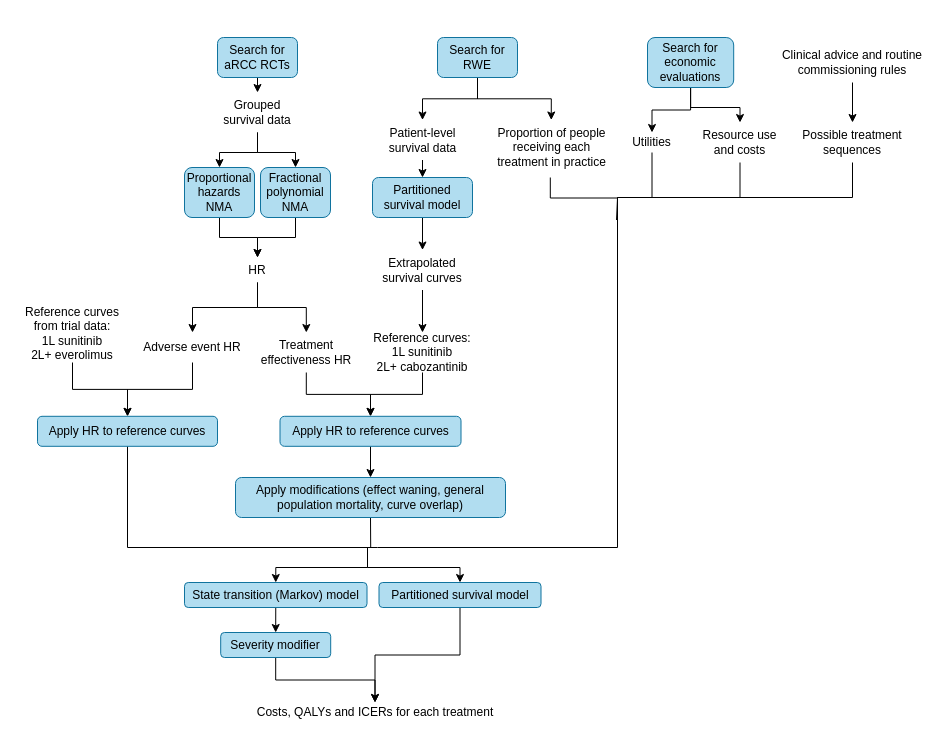
nice-digital/NICE-model-repo keeps this draw.io diagram as docs/images/detailed_overview_vertical.drawio. Above is the earlier version. Source tidied: cells renumbered, new cells numbered last; positions are measured from the earlier drawing's top-left corner, leaving out a move shared by most shapes. Both pictures are drawn from the tidied source at 100%, with x=0, y=0 at pixel (17, 37).
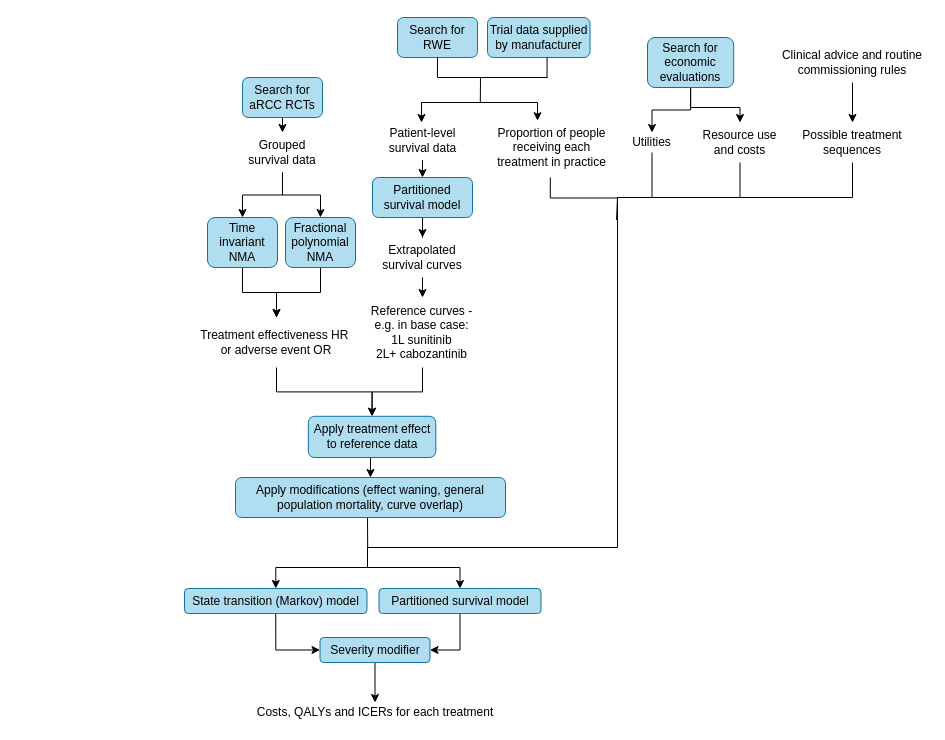
The same page after the edit.

The change refers to these unchanged cells:
```xml
<mxCell id="18" value="Patient-level survival data" style="rounded=1;whiteSpace=wrap;html=1;fillColor=none;strokeColor=none;" parent="1" vertex="1">
  <mxGeometry x="362.5" y="82.5" width="85" height="40" as="geometry" />
</mxCell>
<mxCell id="30" value="Apply modifications (effect waning, general population mortality, curve overlap)" style="rounded=1;whiteSpace=wrap;html=1;fillColor=#b1ddf0;strokeColor=#10739e;" parent="1" vertex="1">
  <mxGeometry x="218" y="440" width="270" height="40" as="geometry" />
</mxCell>
<mxCell id="46" value="Costs, QALYs and ICERs for each treatment" style="rounded=0;whiteSpace=wrap;html=1;fillColor=none;strokeColor=none;" parent="1" vertex="1">
  <mxGeometry x="237.5" y="665" width="240" height="20" as="geometry" />
</mxCell>
<mxCell id="55" value="Proportion of people receiving each treatment in practice" style="rounded=1;whiteSpace=wrap;html=1;fillColor=none;strokeColor=none;" parent="1" vertex="1">
  <mxGeometry x="477.5" y="82.5" width="112.5" height="55" as="geometry" />
</mxCell>
```

Change to the diagram source:
```diff
@@
     <mxCell id="3" value="Search for aRCC RCTs" style="rounded=1;whiteSpace=wrap;html=1;fillColor=#b1ddf0;strokeColor=#10739e;" parent="1" vertex="1">
-      <mxGeometry x="200" width="80" height="40" as="geometry" />
+      <mxGeometry x="225" y="40" width="80" height="40" as="geometry" />
     </mxCell>
@@
     <mxCell id="6" value="Grouped survival data" style="rounded=1;whiteSpace=wrap;html=1;fillColor=none;strokeColor=none;" parent="1" vertex="1">
-      <mxGeometry x="195" y="55" width="90" height="40" as="geometry" />
+      <mxGeometry x="220" y="95" width="90" height="40" as="geometry" />
     </mxCell>
@@
-    <mxCell id="8" value="Proportional hazards NMA" style="rounded=1;whiteSpace=wrap;html=1;fillColor=#b1ddf0;strokeColor=#10739e;" parent="1" vertex="1">
-      <mxGeometry x="167" y="130" width="70" height="50" as="geometry" />
+    <mxCell id="8" value="Time invariant NMA" style="rounded=1;whiteSpace=wrap;html=1;fillColor=#b1ddf0;strokeColor=#10739e;" parent="1" vertex="1">
+      <mxGeometry x="190" y="180" width="70" height="50" as="geometry" />
     </mxCell>
@@
     <mxCell id="10" value="Fractional polynomial NMA" style="rounded=1;whiteSpace=wrap;html=1;fillColor=#b1ddf0;strokeColor=#10739e;" parent="1" vertex="1">
-      <mxGeometry x="243" y="130" width="70" height="50" as="geometry" />
+      <mxGeometry x="268" y="180" width="70" height="50" as="geometry" />
     </mxCell>
-    <mxCell id="11" style="edgeStyle=orthogonalEdgeStyle;rounded=0;jettySize=auto;html=1;exitX=0.5;exitY=1;exitDx=0;exitDy=0;" parent="1" edge="1" source="13" target="32">
-      <mxGeometry relative="1" as="geometry" />
-    </mxCell>
-    <mxCell id="12" style="edgeStyle=orthogonalEdgeStyle;rounded=0;jettySize=auto;html=1;exitX=0.5;exitY=1;exitDx=0;exitDy=0;" parent="1" edge="1" source="13" target="26">
-      <mxGeometry relative="1" as="geometry" />
-    </mxCell>
+    <mxCell id="60" style="edgeStyle=orthogonalEdgeStyle;rounded=0;jettySize=auto;html=1;exitX=0.5;exitY=1;exitDx=0;exitDy=0;entryX=0.5;entryY=0;entryDx=0;entryDy=0;" parent="1" edge="1" source="13" target="28">
+      <mxGeometry relative="1" as="geometry" />
+    </mxCell>
-    <mxCell id="13" value="HR" style="rounded=1;whiteSpace=wrap;html=1;fillColor=none;strokeColor=none;" parent="1" vertex="1">
-      <mxGeometry x="220" y="220" width="40" height="25" as="geometry" />
+    <mxCell id="13" value="Treatment effectiveness HR&amp;nbsp;&lt;div&gt;or adverse event OR&lt;/div&gt;" style="rounded=1;whiteSpace=wrap;html=1;fillColor=none;strokeColor=none;" parent="1" vertex="1">
+      <mxGeometry x="180" y="280" width="158" height="50" as="geometry" />
     </mxCell>
-    <mxCell id="14" style="edgeStyle=orthogonalEdgeStyle;rounded=0;jettySize=auto;html=1;exitX=0.5;exitY=1;exitDx=0;exitDy=0;entryX=0.5;entryY=0;entryDx=0;entryDy=0;" parent="1" edge="1" source="16" target="18">
-      <mxGeometry relative="1" as="geometry" />
-    </mxCell>
-    <mxCell id="15" style="edgeStyle=orthogonalEdgeStyle;rounded=0;jettySize=auto;html=1;exitX=0.5;exitY=1;exitDx=0;exitDy=0;entryX=0.5;entryY=0;entryDx=0;entryDy=0;" parent="1" edge="1" source="16" target="55">
-      <mxGeometry relative="1" as="geometry" />
-    </mxCell>
     <mxCell id="16" value="Search for RWE" style="rounded=1;whiteSpace=wrap;html=1;fillColor=#b1ddf0;strokeColor=#10739e;" parent="1" vertex="1">
-      <mxGeometry x="420" width="80" height="40" as="geometry" />
+      <mxGeometry x="380" y="-20" width="80" height="40" as="geometry" />
     </mxCell>
@@
     <mxCell id="22" value="Extrapolated survival curves" style="rounded=1;whiteSpace=wrap;html=1;fillColor=none;strokeColor=none;" parent="1" vertex="1">
-      <mxGeometry x="355" y="212.5" width="100" height="40" as="geometry" />
+      <mxGeometry x="355" y="200" width="100" height="40" as="geometry" />
     </mxCell>
@@
-    <mxCell id="24" value="Reference curves:&lt;div&gt;1L sunitinib&lt;/div&gt;&lt;div&gt;2L+ cabozantinib&lt;/div&gt;" style="rounded=1;whiteSpace=wrap;html=1;fillColor=none;strokeColor=none;" parent="1" vertex="1">
-      <mxGeometry x="340" y="295" width="130" height="40" as="geometry" />
+    <mxCell id="24" value="Reference curves -&lt;div&gt;e.g. in base case:&lt;div&gt;1L sunitinib&lt;/div&gt;&lt;div&gt;2L+ cabozantinib&lt;/div&gt;&lt;/div&gt;" style="rounded=1;whiteSpace=wrap;html=1;fillColor=none;strokeColor=none;" parent="1" vertex="1">
+      <mxGeometry x="345.4" y="260" width="119.2" height="70" as="geometry" />
     </mxCell>
-    <mxCell id="25" style="edgeStyle=orthogonalEdgeStyle;rounded=0;jettySize=auto;html=1;exitX=0.5;exitY=1;exitDx=0;exitDy=0;" parent="1" edge="1" source="26" target="28">
-      <mxGeometry relative="1" as="geometry" />
-    </mxCell>
-    <mxCell id="26" value="Treatment effectiveness HR" style="rounded=1;whiteSpace=wrap;html=1;fillColor=none;strokeColor=none;" parent="1" vertex="1">
-      <mxGeometry x="233.8" y="295" width="110" height="40" as="geometry" />
-    </mxCell>
@@
-    <mxCell id="28" value="Apply HR to reference curves" style="rounded=1;whiteSpace=wrap;html=1;fillColor=#b1ddf0;strokeColor=#10739e;" parent="1" vertex="1">
-      <mxGeometry x="262.5" y="378.8" width="181" height="30" as="geometry" />
+    <mxCell id="28" value="Apply treatment effect to reference data" style="rounded=1;whiteSpace=wrap;html=1;fillColor=#b1ddf0;strokeColor=#10739e;" parent="1" vertex="1">
+      <mxGeometry x="290.8" y="378.8" width="127.5" height="41.2" as="geometry" />
     </mxCell>
-    <mxCell id="29" style="edgeStyle=orthogonalEdgeStyle;rounded=0;jettySize=auto;html=1;exitX=0.5;exitY=1;exitDx=0;exitDy=0;endArrow=none;endFill=0;" parent="1" edge="1" source="30">
+    <mxCell id="29" style="edgeStyle=orthogonalEdgeStyle;rounded=0;orthogonalLoop=1;jettySize=auto;html=1;exitX=0.5;exitY=1;exitDx=0;exitDy=0;endArrow=none;endFill=0;" parent="1" edge="1">
       <mxGeometry relative="1" as="geometry">
-        <mxPoint x="353.2" y="510" as="targetPoint" />
+        <mxPoint x="350" y="480" as="sourcePoint" />
+        <mxPoint x="350.2" y="510" as="targetPoint" />
       </mxGeometry>
     </mxCell>
@@
-    <mxCell id="31" style="edgeStyle=orthogonalEdgeStyle;rounded=0;jettySize=auto;html=1;exitX=0.5;exitY=1;exitDx=0;exitDy=0;entryX=0.5;entryY=0;entryDx=0;entryDy=0;" parent="1" edge="1" source="32" target="34">
-      <mxGeometry relative="1" as="geometry" />
-    </mxCell>
-    <mxCell id="32" value="Adverse event HR" style="rounded=1;whiteSpace=wrap;html=1;fillColor=none;strokeColor=none;" parent="1" vertex="1">
-      <mxGeometry x="120" y="295" width="110" height="30" as="geometry" />
-    </mxCell>
-    <mxCell id="33" style="edgeStyle=orthogonalEdgeStyle;rounded=0;jettySize=auto;html=1;exitX=0.5;exitY=1;exitDx=0;exitDy=0;endArrow=none;endFill=0;" parent="1" edge="1" source="34">
-      <mxGeometry relative="1" as="geometry">
-        <mxPoint x="360" y="510" as="targetPoint" />
-        <Array as="points">
-          <mxPoint x="110" y="510" />
-        </Array>
-      </mxGeometry>
-    </mxCell>
-    <mxCell id="34" value="Apply HR to reference curves" style="rounded=1;whiteSpace=wrap;html=1;fillColor=#b1ddf0;strokeColor=#10739e;" parent="1" vertex="1">
-      <mxGeometry x="20" y="378.8" width="180" height="30" as="geometry" />
-    </mxCell>
@@
-    <mxCell id="42" style="edgeStyle=orthogonalEdgeStyle;rounded=0;jettySize=auto;html=1;exitX=0.5;exitY=1;exitDx=0;exitDy=0;entryX=0.5;entryY=0;entryDx=0;entryDy=0;" parent="1" edge="1" source="43" target="50">
+    <mxCell id="42" style="edgeStyle=orthogonalEdgeStyle;rounded=0;jettySize=auto;html=1;exitX=0.5;exitY=1;exitDx=0;exitDy=0;entryX=0;entryY=0.5;entryDx=0;entryDy=0;" parent="1" edge="1" source="43" target="50">
       <mxGeometry relative="1" as="geometry" />
     </mxCell>
     <mxCell id="43" value="State transition (Markov) model" style="rounded=1;whiteSpace=wrap;html=1;fillColor=#b1ddf0;strokeColor=#10739e;" parent="1" vertex="1">
-      <mxGeometry x="167" y="545" width="182.5" height="25" as="geometry" />
+      <mxGeometry x="167" y="551" width="182.5" height="25" as="geometry" />
     </mxCell>
-    <mxCell id="44" style="edgeStyle=orthogonalEdgeStyle;rounded=0;jettySize=auto;html=1;exitX=0.5;exitY=1;exitDx=0;exitDy=0;entryX=0.5;entryY=0;entryDx=0;entryDy=0;" parent="1" edge="1" source="45" target="46">
-      <mxGeometry relative="1" as="geometry" />
-    </mxCell>
+    <mxCell id="61" style="edgeStyle=orthogonalEdgeStyle;rounded=0;jettySize=auto;html=1;exitX=0.5;exitY=1;exitDx=0;exitDy=0;entryX=1;entryY=0.5;entryDx=0;entryDy=0;" parent="1" edge="1" source="45" target="50">
+      <mxGeometry relative="1" as="geometry" />
+    </mxCell>
     <mxCell id="45" value="Partitioned survival model" style="rounded=1;whiteSpace=wrap;html=1;fillColor=#b1ddf0;strokeColor=#10739e;" parent="1" vertex="1">
-      <mxGeometry x="361.5" y="545" width="162" height="25" as="geometry" />
+      <mxGeometry x="361.5" y="551" width="162" height="25" as="geometry" />
     </mxCell>
@@
-    <mxCell id="47" style="edgeStyle=orthogonalEdgeStyle;rounded=0;jettySize=auto;html=1;exitX=0.5;exitY=1;exitDx=0;exitDy=0;entryX=0.5;entryY=0;entryDx=0;entryDy=0;" parent="1" edge="1" source="48" target="34">
-      <mxGeometry relative="1" as="geometry" />
-    </mxCell>
-    <mxCell id="48" value="Reference curves from trial data:&lt;div&gt;1L sunitinib&lt;/div&gt;&lt;div&gt;2L+ everolimus&lt;/div&gt;" style="rounded=1;whiteSpace=wrap;html=1;fillColor=none;strokeColor=none;" parent="1" vertex="1">
-      <mxGeometry y="266.2" width="110" height="58.8" as="geometry" />
-    </mxCell>
-    <mxCell id="49" style="edgeStyle=orthogonalEdgeStyle;rounded=0;jettySize=auto;html=1;exitX=0.5;exitY=1;exitDx=0;exitDy=0;" parent="1" edge="1" source="50" target="46">
+    <mxCell id="49" style="edgeStyle=orthogonalEdgeStyle;rounded=0;jettySize=auto;html=1;exitX=0.5;exitY=1;exitDx=0;exitDy=0;entryX=0.5;entryY=0;entryDx=0;entryDy=0;" parent="1" edge="1" source="50" target="46">
       <mxGeometry relative="1" as="geometry" />
     </mxCell>
     <mxCell id="50" value="Severity modifier" style="rounded=1;whiteSpace=wrap;html=1;fillColor=#b1ddf0;strokeColor=#10739e;" parent="1" vertex="1">
-      <mxGeometry x="203.2" y="595" width="110" height="25" as="geometry" />
+      <mxGeometry x="302.5" y="600" width="110" height="25" as="geometry" />
     </mxCell>
     <mxCell id="51" style="endArrow=none;html=1;rounded=0;edgeStyle=orthogonalEdgeStyle;endFill=0;" parent="1" edge="1">
       <mxGeometry relative="1" as="geometry">
         <mxPoint x="610" y="160" as="sourcePoint" />
-        <mxPoint x="360" y="510" as="targetPoint" />
+        <mxPoint x="350" y="510" as="targetPoint" />
         <Array as="points">
           <mxPoint x="600" y="510" />
         </Array>
       </mxGeometry>
     </mxCell>
@@
     <mxCell id="53" style="endArrow=classic;html=1;rounded=0;entryX=0.5;entryY=0;entryDx=0;entryDy=0;edgeStyle=orthogonalEdgeStyle;" parent="1" edge="1" target="45">
       <mxGeometry relative="1" as="geometry">
         <mxPoint x="350" y="510" as="sourcePoint" />
         <Array as="points">
           <mxPoint x="350" y="530" />
-          <mxPoint x="443" y="530" />
+          <mxPoint x="442" y="530" />
         </Array>
       </mxGeometry>
     </mxCell>
@@
+    <mxCell id="62" value="Trial data supplied by manufacturer" style="rounded=1;whiteSpace=wrap;html=1;fillColor=#b1ddf0;strokeColor=#10739e;" parent="1" vertex="1">
+      <mxGeometry x="470" y="-20" width="102.5" height="40" as="geometry" />
+    </mxCell>
+    <mxCell id="63" style="endArrow=classic;html=1;rounded=0;" parent="1" edge="1">
+      <mxGeometry relative="1" as="geometry">
+        <mxPoint x="464" y="65" as="sourcePoint" />
+        <mxPoint x="404" y="85" as="targetPoint" />
+        <Array as="points">
+          <mxPoint x="404" y="65" />
+        </Array>
+      </mxGeometry>
+    </mxCell>
+    <mxCell id="64" style="endArrow=classic;html=1;rounded=0;entryX=0.378;entryY=0.013;entryDx=0;entryDy=0;entryPerimeter=0;" parent="1" edge="1" target="55">
+      <mxGeometry relative="1" as="geometry">
+        <mxPoint x="463.5" y="65" as="sourcePoint" />
+        <Array as="points">
+          <mxPoint x="520" y="65" />
+        </Array>
+      </mxGeometry>
+    </mxCell>
+    <mxCell id="65" style="endArrow=none;html=1;rounded=0;" parent="1" edge="1">
+      <mxGeometry relative="1" as="geometry">
+        <mxPoint x="462.8" y="65" as="sourcePoint" />
+        <mxPoint x="463" y="40" as="targetPoint" />
+      </mxGeometry>
+    </mxCell>
+    <mxCell id="66" style="endArrow=none;html=1;rounded=0;" parent="1" edge="1">
+      <mxGeometry relative="1" as="geometry">
+        <mxPoint x="530" y="40" as="sourcePoint" />
+        <mxPoint x="420" y="40" as="targetPoint" />
+      </mxGeometry>
+    </mxCell>
+    <mxCell id="67" style="endArrow=none;html=1;rounded=0;" parent="1" edge="1">
+      <mxGeometry relative="1" as="geometry">
+        <mxPoint x="419.9" y="40" as="sourcePoint" />
+        <mxPoint x="420.1" y="20" as="targetPoint" />
+      </mxGeometry>
+    </mxCell>
+    <mxCell id="68" style="endArrow=none;html=1;rounded=0;" parent="1" edge="1">
+      <mxGeometry relative="1" as="geometry">
+        <mxPoint x="529.5" y="40" as="sourcePoint" />
+        <mxPoint x="529.6" y="20" as="targetPoint" />
+      </mxGeometry>
+    </mxCell>
```
